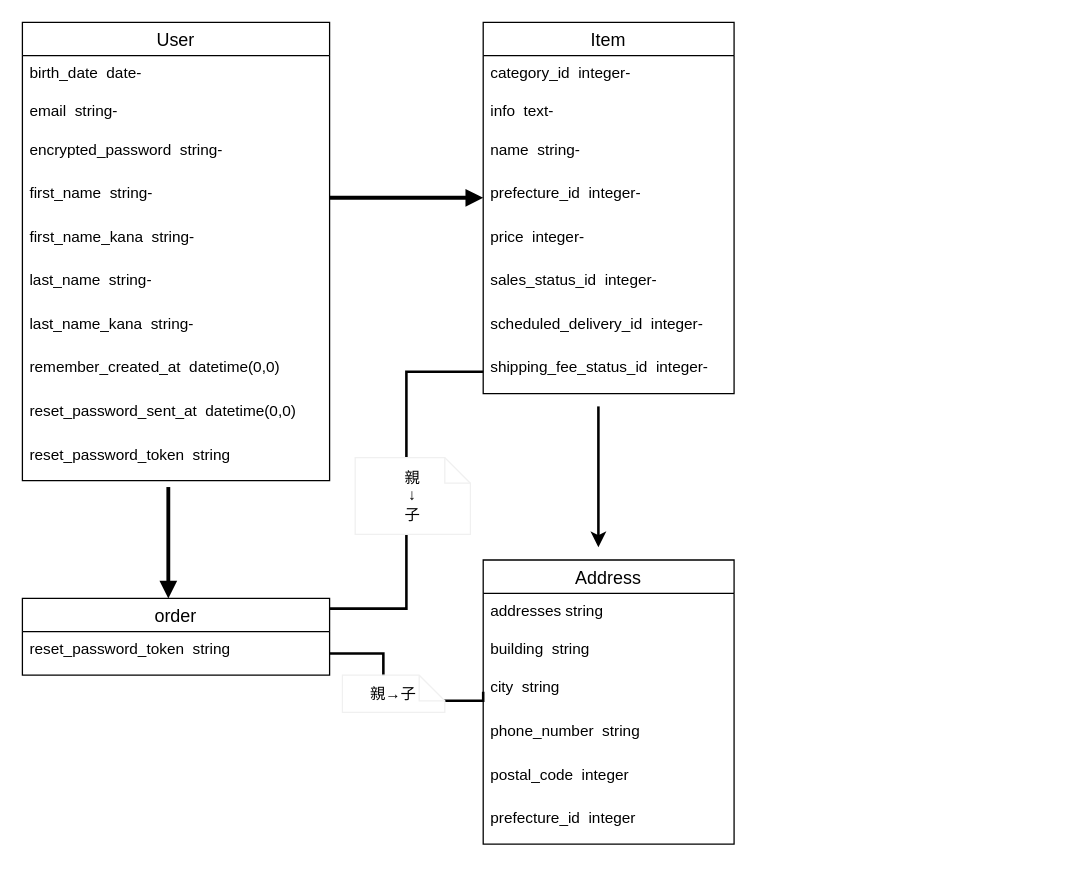
This is er.dio from ken-1853/furima_1, a draw.io file, before an edit. Source tidied: cells renumbered, new cells numbered last; positions are measured from the earlier drawing's top-left corner, leaving out a move shared by most shapes. Both pictures are drawn from the tidied source at 128%, with x=0, y=0 at pixel (22, 22).
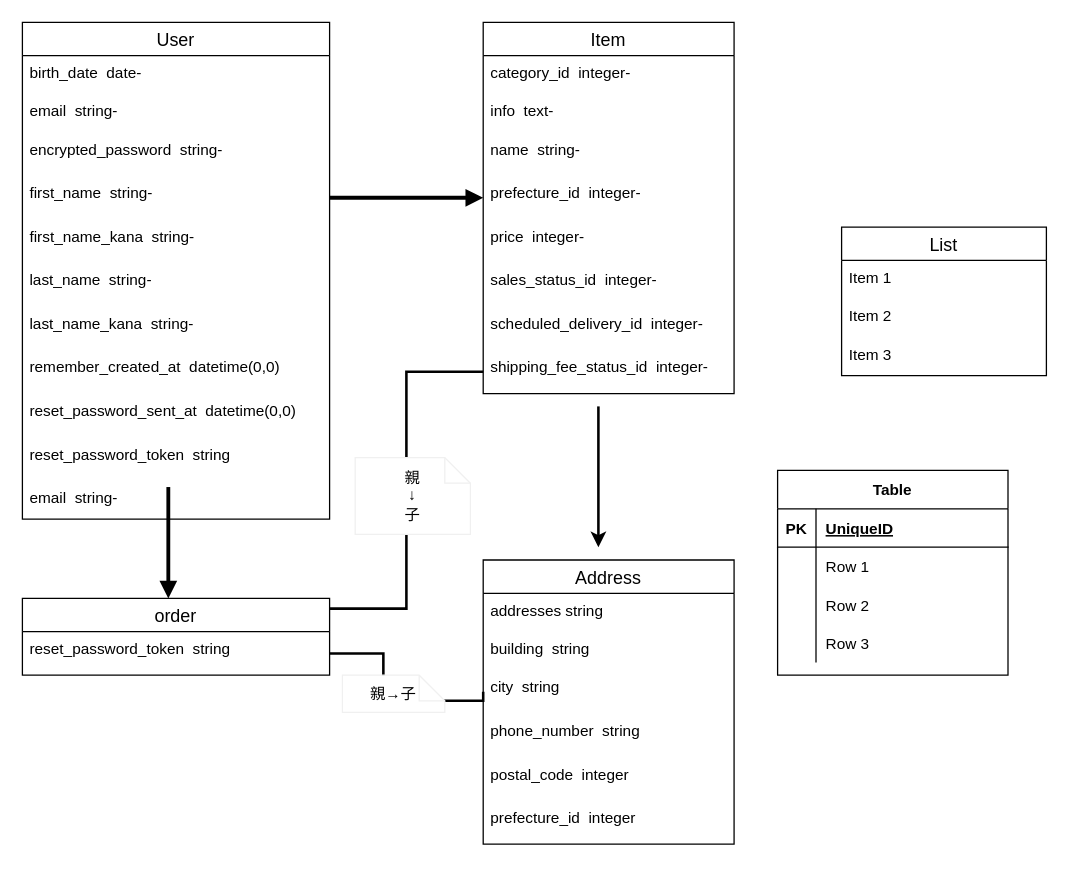
After the change.

Change to the diagram source:
```diff
@@
     <mxCell id="2" value="User" style="swimlane;fontStyle=0;horizontal=1;startSize=26;align=center;fontSize=14;" parent="1" vertex="1">
-      <mxGeometry width="240" height="358" as="geometry" />
+      <mxGeometry width="240" height="388" as="geometry" />
     </mxCell>
@@
+    <mxCell id="39" value="email  string-" style="text;strokeColor=none;fillColor=none;spacingLeft=4;spacingRight=4;overflow=hidden;fontSize=12;" parent="2" vertex="1">
+      <mxGeometry y="358" width="240" height="30" as="geometry" />
+    </mxCell>
@@
+    <mxCell id="40" value="List" style="swimlane;fontStyle=0;horizontal=1;startSize=26;align=center;fontSize=14;" parent="1" vertex="1">
+      <mxGeometry x="640" y="160" width="160" height="116" as="geometry" />
+    </mxCell>
+    <mxCell id="41" value="Item 1" style="text;strokeColor=none;fillColor=none;spacingLeft=4;spacingRight=4;overflow=hidden;fontSize=12;" parent="40" vertex="1">
+      <mxGeometry y="26" width="160" height="30" as="geometry" />
+    </mxCell>
+    <mxCell id="42" value="Item 2" style="text;strokeColor=none;fillColor=none;spacingLeft=4;spacingRight=4;overflow=hidden;fontSize=12;" parent="40" vertex="1">
+      <mxGeometry y="56" width="160" height="30" as="geometry" />
+    </mxCell>
+    <mxCell id="43" value="Item 3" style="text;strokeColor=none;fillColor=none;spacingLeft=4;spacingRight=4;overflow=hidden;fontSize=12;" parent="40" vertex="1">
+      <mxGeometry y="86" width="160" height="30" as="geometry" />
+    </mxCell>
+    <mxCell id="44" value="Table" style="shape=table;startSize=30;childLayout=tableLayout;rowLines=0;fontStyle=1;align=center;" parent="1" vertex="1">
+      <mxGeometry x="590" y="350" width="180" height="160" as="geometry" />
+    </mxCell>
+    <mxCell id="45" style="shape=partialRectangle;fillColor=none;top=0;left=0;bottom=1;right=0;" parent="44" vertex="1">
+      <mxGeometry y="30" width="180" height="30" as="geometry" />
+    </mxCell>
+    <mxCell id="46" value="PK" style="shape=partialRectangle;fillColor=none;top=0;left=0;bottom=0;right=0;fontStyle=1;overflow=hidden;" parent="45" vertex="1">
+      <mxGeometry width="30" height="30" as="geometry" />
+    </mxCell>
+    <mxCell id="47" value="UniqueID" style="shape=partialRectangle;fillColor=none;top=0;left=0;bottom=0;right=0;align=left;spacingLeft=6;fontStyle=5;overflow=hidden;" parent="45" vertex="1">
+      <mxGeometry x="30" width="150" height="30" as="geometry" />
+    </mxCell>
+    <mxCell id="48" style="shape=partialRectangle;fillColor=none;top=0;left=0;bottom=0;right=0;" parent="44" vertex="1">
+      <mxGeometry y="60" width="180" height="30" as="geometry" />
+    </mxCell>
+    <mxCell id="49" style="shape=partialRectangle;fillColor=none;top=0;left=0;bottom=0;right=0;overflow=hidden;" parent="48" vertex="1">
+      <mxGeometry width="30" height="30" as="geometry" />
+    </mxCell>
+    <mxCell id="50" value="Row 1" style="shape=partialRectangle;fillColor=none;top=0;left=0;bottom=0;right=0;align=left;spacingLeft=6;overflow=hidden;" parent="48" vertex="1">
+      <mxGeometry x="30" width="150" height="30" as="geometry" />
+    </mxCell>
+    <mxCell id="51" style="shape=partialRectangle;fillColor=none;top=0;left=0;bottom=0;right=0;" parent="44" vertex="1">
+      <mxGeometry y="90" width="180" height="30" as="geometry" />
+    </mxCell>
+    <mxCell id="52" style="shape=partialRectangle;fillColor=none;top=0;left=0;bottom=0;right=0;overflow=hidden;" parent="51" vertex="1">
+      <mxGeometry width="30" height="30" as="geometry" />
+    </mxCell>
+    <mxCell id="53" value="Row 2" style="shape=partialRectangle;fillColor=none;top=0;left=0;bottom=0;right=0;align=left;spacingLeft=6;overflow=hidden;" parent="51" vertex="1">
+      <mxGeometry x="30" width="150" height="30" as="geometry" />
+    </mxCell>
+    <mxCell id="54" style="shape=partialRectangle;fillColor=none;top=0;left=0;bottom=0;right=0;" parent="44" vertex="1">
+      <mxGeometry y="120" width="180" height="30" as="geometry" />
+    </mxCell>
+    <mxCell id="55" style="shape=partialRectangle;fillColor=none;top=0;left=0;bottom=0;right=0;overflow=hidden;" parent="54" vertex="1">
+      <mxGeometry width="30" height="30" as="geometry" />
+    </mxCell>
+    <mxCell id="56" value="Row 3" style="shape=partialRectangle;fillColor=none;top=0;left=0;bottom=0;right=0;align=left;spacingLeft=6;overflow=hidden;" parent="54" vertex="1">
+      <mxGeometry x="30" width="150" height="30" as="geometry" />
+    </mxCell>
```
